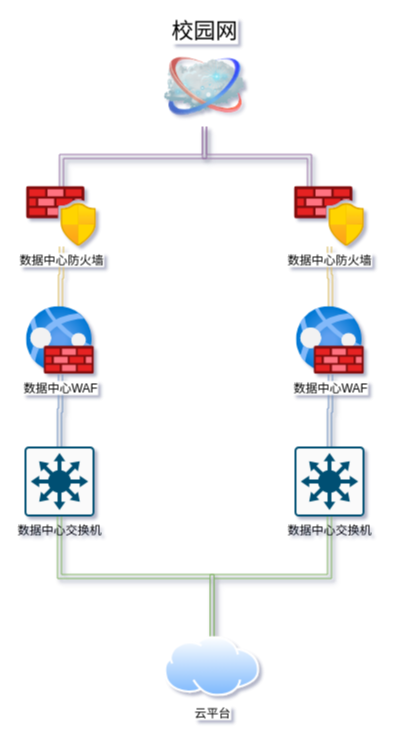
Before: itc-datacenter.drawio in ynu/imagehub, a draw.io diagram. Source tidied: cells renumbered, new cells numbered last; positions are measured from the earlier drawing's top-left corner, leaving out a move shared by most shapes. Both pictures are drawn from the tidied source at 100%, with x=0, y=0 at pixel (24, 46).
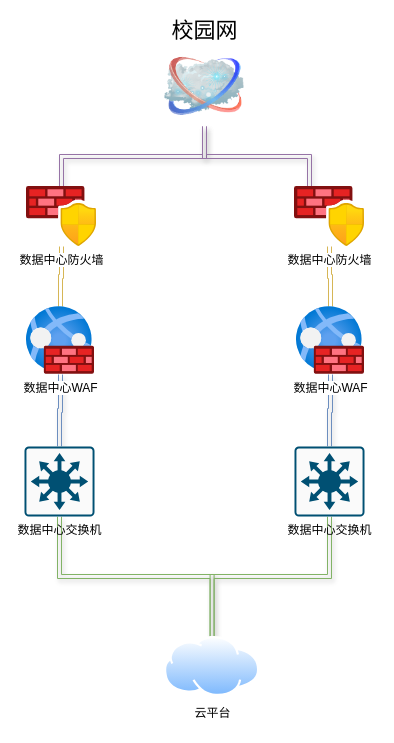
After the change.

The change refers to these unchanged cells:
```xml
<mxCell id="4" value="校园网" style="image;html=1;labelBackgroundColor=#ffffff;image=img/lib/clip_art/networking/Cloud_128x128.png;rounded=1;shadow=0;comic=0;strokeWidth=2;fontSize=22;labelPosition=center;verticalLabelPosition=top;align=center;verticalAlign=bottom;" parent="1" vertex="1">
  <mxGeometry x="140" width="80" height="80" as="geometry" />
</mxCell>
<mxCell id="17" value="云平台" style="image;perimeter=ellipsePerimeter;html=1;align=center;shadow=0;dashed=0;spacingTop=3;image=img/lib/active_directory/internet_cloud.svg;" parent="1" vertex="1">
  <mxGeometry x="140" y="590" width="95.2" height="60" as="geometry" />
</mxCell>
```

Diff of the diagram source:
```diff
@@
-<mxGraphModel shadow="1">
+<mxGraphModel>
@@
-    <mxCell id="2" style="edgeStyle=orthogonalEdgeStyle;rounded=0;jettySize=auto;html=1;exitX=0.5;exitY=1;exitDx=0;exitDy=0;shape=link;flowAnimation=1;shadow=1;fillColor=#e1d5e7;strokeColor=#9673a6;" parent="1" edge="1" source="4" target="6">
-      <mxGeometry relative="1" as="geometry" />
-    </mxCell>
-    <mxCell id="3" style="edgeStyle=orthogonalEdgeStyle;rounded=0;jettySize=auto;html=1;shape=link;flowAnimation=1;shadow=1;fillColor=#e1d5e7;strokeColor=#9673a6;" parent="1" edge="1" source="4" target="8">
-      <mxGeometry relative="1" as="geometry">
-        <Array as="points">
-          <mxPoint x="180" y="110" />
-          <mxPoint x="285" y="110" />
-        </Array>
-      </mxGeometry>
-    </mxCell>
+    <mxCell id="18" style="edgeStyle=orthogonalEdgeStyle;rounded=0;jettySize=auto;html=1;exitX=0.5;exitY=1;exitDx=0;exitDy=0;shape=link;flowAnimation=1;shadow=1;fillColor=#e1d5e7;strokeColor=#9673a6;" parent="1" edge="1" source="4" target="21">
+      <mxGeometry relative="1" as="geometry" />
+    </mxCell>
+    <mxCell id="19" style="edgeStyle=orthogonalEdgeStyle;rounded=0;jettySize=auto;html=1;shape=link;flowAnimation=1;shadow=1;fillColor=#e1d5e7;strokeColor=#9673a6;" parent="1" edge="1" source="4" target="23">
+      <mxGeometry relative="1" as="geometry">
+        <Array as="points">
+          <mxPoint x="180" y="110" />
+          <mxPoint x="285" y="110" />
+        </Array>
+      </mxGeometry>
+    </mxCell>
@@
-    <mxCell id="5" style="edgeStyle=orthogonalEdgeStyle;rounded=0;jettySize=auto;html=1;shape=link;flowAnimation=1;fillColor=#fff2cc;strokeColor=#d6b656;" parent="1" edge="1" source="6" target="10">
-      <mxGeometry relative="1" as="geometry" />
-    </mxCell>
-    <mxCell id="6" value="数据中心防火墙" style="image;html=1;points=[];align=center;fontSize=12;image=img/lib/azure2/networking/Azure_Firewall_Manager.svg;" parent="1" vertex="1">
-      <mxGeometry x="2" y="140" width="70" height="60" as="geometry" />
-    </mxCell>
-    <mxCell id="7" style="edgeStyle=orthogonalEdgeStyle;rounded=0;jettySize=auto;html=1;flowAnimation=1;shape=link;fillColor=#fff2cc;strokeColor=#d6b656;" parent="1" edge="1" source="8" target="12">
-      <mxGeometry relative="1" as="geometry">
-        <Array as="points">
-          <mxPoint x="305" y="230" />
-          <mxPoint x="306" y="230" />
-        </Array>
-      </mxGeometry>
-    </mxCell>
-    <mxCell id="8" value="数据中心防火墙" style="image;html=1;points=[];align=center;fontSize=12;image=img/lib/azure2/networking/Azure_Firewall_Manager.svg;" parent="1" vertex="1">
-      <mxGeometry x="270" y="140" width="70" height="60" as="geometry" />
-    </mxCell>
-    <mxCell id="9" style="edgeStyle=orthogonalEdgeStyle;rounded=0;jettySize=auto;html=1;fillColor=#dae8fc;strokeColor=#6c8ebf;shape=link;flowAnimation=1;shadow=1;" parent="1" edge="1" source="10" target="14">
-      <mxGeometry relative="1" as="geometry" />
-    </mxCell>
-    <mxCell id="10" value="数据中心WAF" style="image;html=1;points=[];align=center;fontSize=12;image=img/lib/azure2/networking/Web_Application_Firewall_Policies_WAF.svg;" parent="1" vertex="1">
-      <mxGeometry x="2" y="260" width="68" height="68" as="geometry" />
-    </mxCell>
-    <mxCell id="11" style="edgeStyle=orthogonalEdgeStyle;rounded=0;jettySize=auto;html=1;shape=link;fillColor=#dae8fc;strokeColor=#6c8ebf;flowAnimation=1;shadow=1;" parent="1" edge="1" source="12" target="16">
-      <mxGeometry relative="1" as="geometry" />
-    </mxCell>
-    <mxCell id="12" value="数据中心WAF" style="image;html=1;points=[];align=center;fontSize=12;image=img/lib/azure2/networking/Web_Application_Firewall_Policies_WAF.svg;" parent="1" vertex="1">
-      <mxGeometry x="272" y="260" width="68" height="68" as="geometry" />
-    </mxCell>
-    <mxCell id="13" style="edgeStyle=orthogonalEdgeStyle;rounded=0;jettySize=auto;html=1;exitX=0.5;exitY=1;exitDx=0;exitDy=0;exitPerimeter=0;entryX=0.5;entryY=0;entryDx=0;entryDy=0;shape=link;fillColor=#d5e8d4;strokeColor=#82b366;flowAnimation=1;shadow=1;" parent="1" edge="1" source="14" target="17">
-      <mxGeometry relative="1" as="geometry" />
-    </mxCell>
-    <mxCell id="14" value="数据中心交换机" style="sketch=0;points=[[0.015,0.015,0],[0.985,0.015,0],[0.985,0.985,0],[0.015,0.985,0],[0.25,0,0],[0.5,0,0],[0.75,0,0],[1,0.25,0],[1,0.5,0],[1,0.75,0],[0.75,1,0],[0.5,1,0],[0.25,1,0],[0,0.75,0],[0,0.5,0],[0,0.25,0]];verticalLabelPosition=bottom;html=1;verticalAlign=top;align=center;shape=mxgraph.cisco19.rect;prIcon=l3_switch;fillColor=#FAFAFA;strokeColor=#005073;" parent="1" vertex="1">
-      <mxGeometry y="400" width="70" height="70" as="geometry" />
-    </mxCell>
-    <mxCell id="15" style="edgeStyle=orthogonalEdgeStyle;rounded=0;jettySize=auto;html=1;exitX=0.5;exitY=1;exitDx=0;exitDy=0;exitPerimeter=0;shape=link;fillColor=#d5e8d4;strokeColor=#82b366;flowAnimation=1;shadow=1;" parent="1" edge="1" source="16" target="17">
-      <mxGeometry relative="1" as="geometry" />
-    </mxCell>
-    <mxCell id="16" value="数据中心交换机" style="sketch=0;points=[[0.015,0.015,0],[0.985,0.015,0],[0.985,0.985,0],[0.015,0.985,0],[0.25,0,0],[0.5,0,0],[0.75,0,0],[1,0.25,0],[1,0.5,0],[1,0.75,0],[0.75,1,0],[0.5,1,0],[0.25,1,0],[0,0.75,0],[0,0.5,0],[0,0.25,0]];verticalLabelPosition=bottom;html=1;verticalAlign=top;align=center;shape=mxgraph.cisco19.rect;prIcon=l3_switch;fillColor=#FAFAFA;strokeColor=#005073;" parent="1" vertex="1">
-      <mxGeometry x="270" y="400" width="70" height="70" as="geometry" />
-    </mxCell>
+    <mxCell id="20" style="edgeStyle=orthogonalEdgeStyle;rounded=0;jettySize=auto;html=1;shape=link;flowAnimation=1;fillColor=#fff2cc;strokeColor=#d6b656;" parent="1" edge="1" source="21" target="25">
+      <mxGeometry relative="1" as="geometry" />
+    </mxCell>
+    <mxCell id="21" value="数据中心防火墙" style="image;html=1;points=[];align=center;fontSize=12;image=img/lib/azure2/networking/Azure_Firewall_Manager.svg;" parent="1" vertex="1">
+      <mxGeometry x="2" y="140" width="70" height="60" as="geometry" />
+    </mxCell>
+    <mxCell id="22" style="edgeStyle=orthogonalEdgeStyle;rounded=0;jettySize=auto;html=1;flowAnimation=1;shape=link;fillColor=#fff2cc;strokeColor=#d6b656;" parent="1" edge="1" source="23" target="27">
+      <mxGeometry relative="1" as="geometry">
+        <Array as="points">
+          <mxPoint x="305" y="230" />
+          <mxPoint x="306" y="230" />
+        </Array>
+      </mxGeometry>
+    </mxCell>
+    <mxCell id="23" value="数据中心防火墙" style="image;html=1;points=[];align=center;fontSize=12;image=img/lib/azure2/networking/Azure_Firewall_Manager.svg;" parent="1" vertex="1">
+      <mxGeometry x="270" y="140" width="70" height="60" as="geometry" />
+    </mxCell>
+    <mxCell id="24" style="edgeStyle=orthogonalEdgeStyle;rounded=0;jettySize=auto;html=1;fillColor=#dae8fc;strokeColor=#6c8ebf;shape=link;flowAnimation=1;shadow=1;" parent="1" edge="1" source="25" target="29">
+      <mxGeometry relative="1" as="geometry" />
+    </mxCell>
+    <mxCell id="25" value="数据中心WAF" style="image;html=1;points=[];align=center;fontSize=12;image=img/lib/azure2/networking/Web_Application_Firewall_Policies_WAF.svg;" parent="1" vertex="1">
+      <mxGeometry x="2" y="260" width="68" height="68" as="geometry" />
+    </mxCell>
+    <mxCell id="26" style="edgeStyle=orthogonalEdgeStyle;rounded=0;jettySize=auto;html=1;shape=link;fillColor=#dae8fc;strokeColor=#6c8ebf;flowAnimation=1;shadow=1;" parent="1" edge="1" source="27" target="31">
+      <mxGeometry relative="1" as="geometry" />
+    </mxCell>
+    <mxCell id="27" value="数据中心WAF" style="image;html=1;points=[];align=center;fontSize=12;image=img/lib/azure2/networking/Web_Application_Firewall_Policies_WAF.svg;" parent="1" vertex="1">
+      <mxGeometry x="272" y="260" width="68" height="68" as="geometry" />
+    </mxCell>
+    <mxCell id="28" style="edgeStyle=orthogonalEdgeStyle;rounded=0;jettySize=auto;html=1;exitX=0.5;exitY=1;exitDx=0;exitDy=0;exitPerimeter=0;entryX=0.5;entryY=0;entryDx=0;entryDy=0;shape=link;fillColor=#d5e8d4;strokeColor=#82b366;flowAnimation=1;shadow=1;" parent="1" edge="1" source="29" target="17">
+      <mxGeometry relative="1" as="geometry" />
+    </mxCell>
+    <mxCell id="29" value="数据中心交换机" style="sketch=0;points=[[0.015,0.015,0],[0.985,0.015,0],[0.985,0.985,0],[0.015,0.985,0],[0.25,0,0],[0.5,0,0],[0.75,0,0],[1,0.25,0],[1,0.5,0],[1,0.75,0],[0.75,1,0],[0.5,1,0],[0.25,1,0],[0,0.75,0],[0,0.5,0],[0,0.25,0]];verticalLabelPosition=bottom;html=1;verticalAlign=top;align=center;shape=mxgraph.cisco19.rect;prIcon=l3_switch;fillColor=#FAFAFA;strokeColor=#005073;" parent="1" vertex="1">
+      <mxGeometry y="400" width="70" height="70" as="geometry" />
+    </mxCell>
+    <mxCell id="30" style="edgeStyle=orthogonalEdgeStyle;rounded=0;jettySize=auto;html=1;exitX=0.5;exitY=1;exitDx=0;exitDy=0;exitPerimeter=0;shape=link;fillColor=#d5e8d4;strokeColor=#82b366;flowAnimation=1;shadow=1;" parent="1" edge="1" source="31" target="17">
+      <mxGeometry relative="1" as="geometry" />
+    </mxCell>
+    <mxCell id="31" value="数据中心交换机" style="sketch=0;points=[[0.015,0.015,0],[0.985,0.015,0],[0.985,0.985,0],[0.015,0.985,0],[0.25,0,0],[0.5,0,0],[0.75,0,0],[1,0.25,0],[1,0.5,0],[1,0.75,0],[0.75,1,0],[0.5,1,0],[0.25,1,0],[0,0.75,0],[0,0.5,0],[0,0.25,0]];verticalLabelPosition=bottom;html=1;verticalAlign=top;align=center;shape=mxgraph.cisco19.rect;prIcon=l3_switch;fillColor=#FAFAFA;strokeColor=#005073;" parent="1" vertex="1">
+      <mxGeometry x="270" y="400" width="70" height="70" as="geometry" />
+    </mxCell>
```
